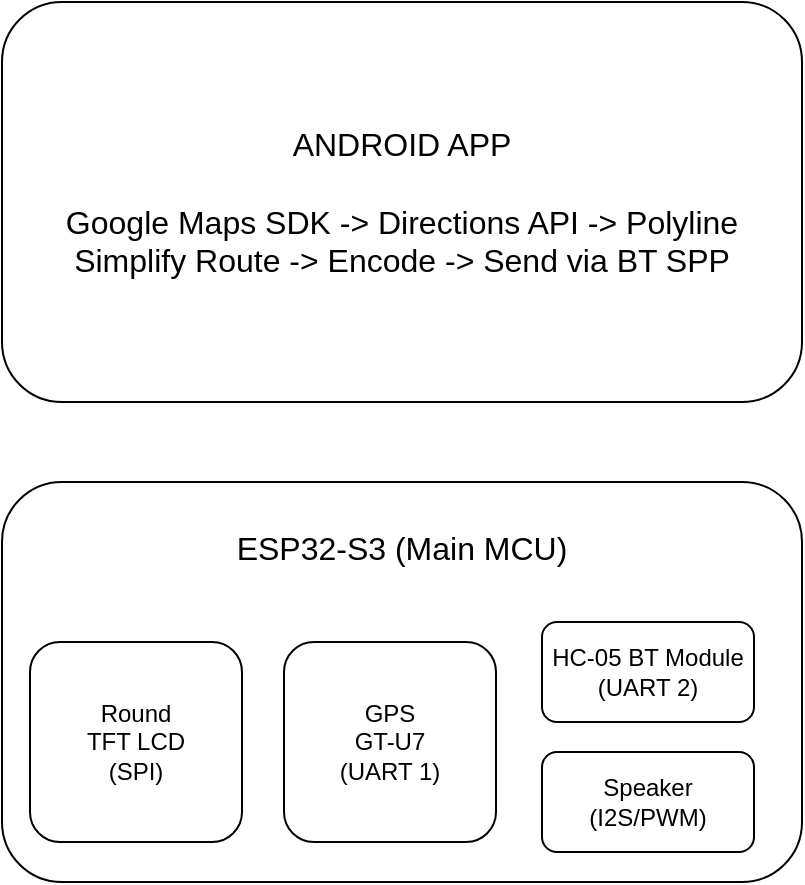
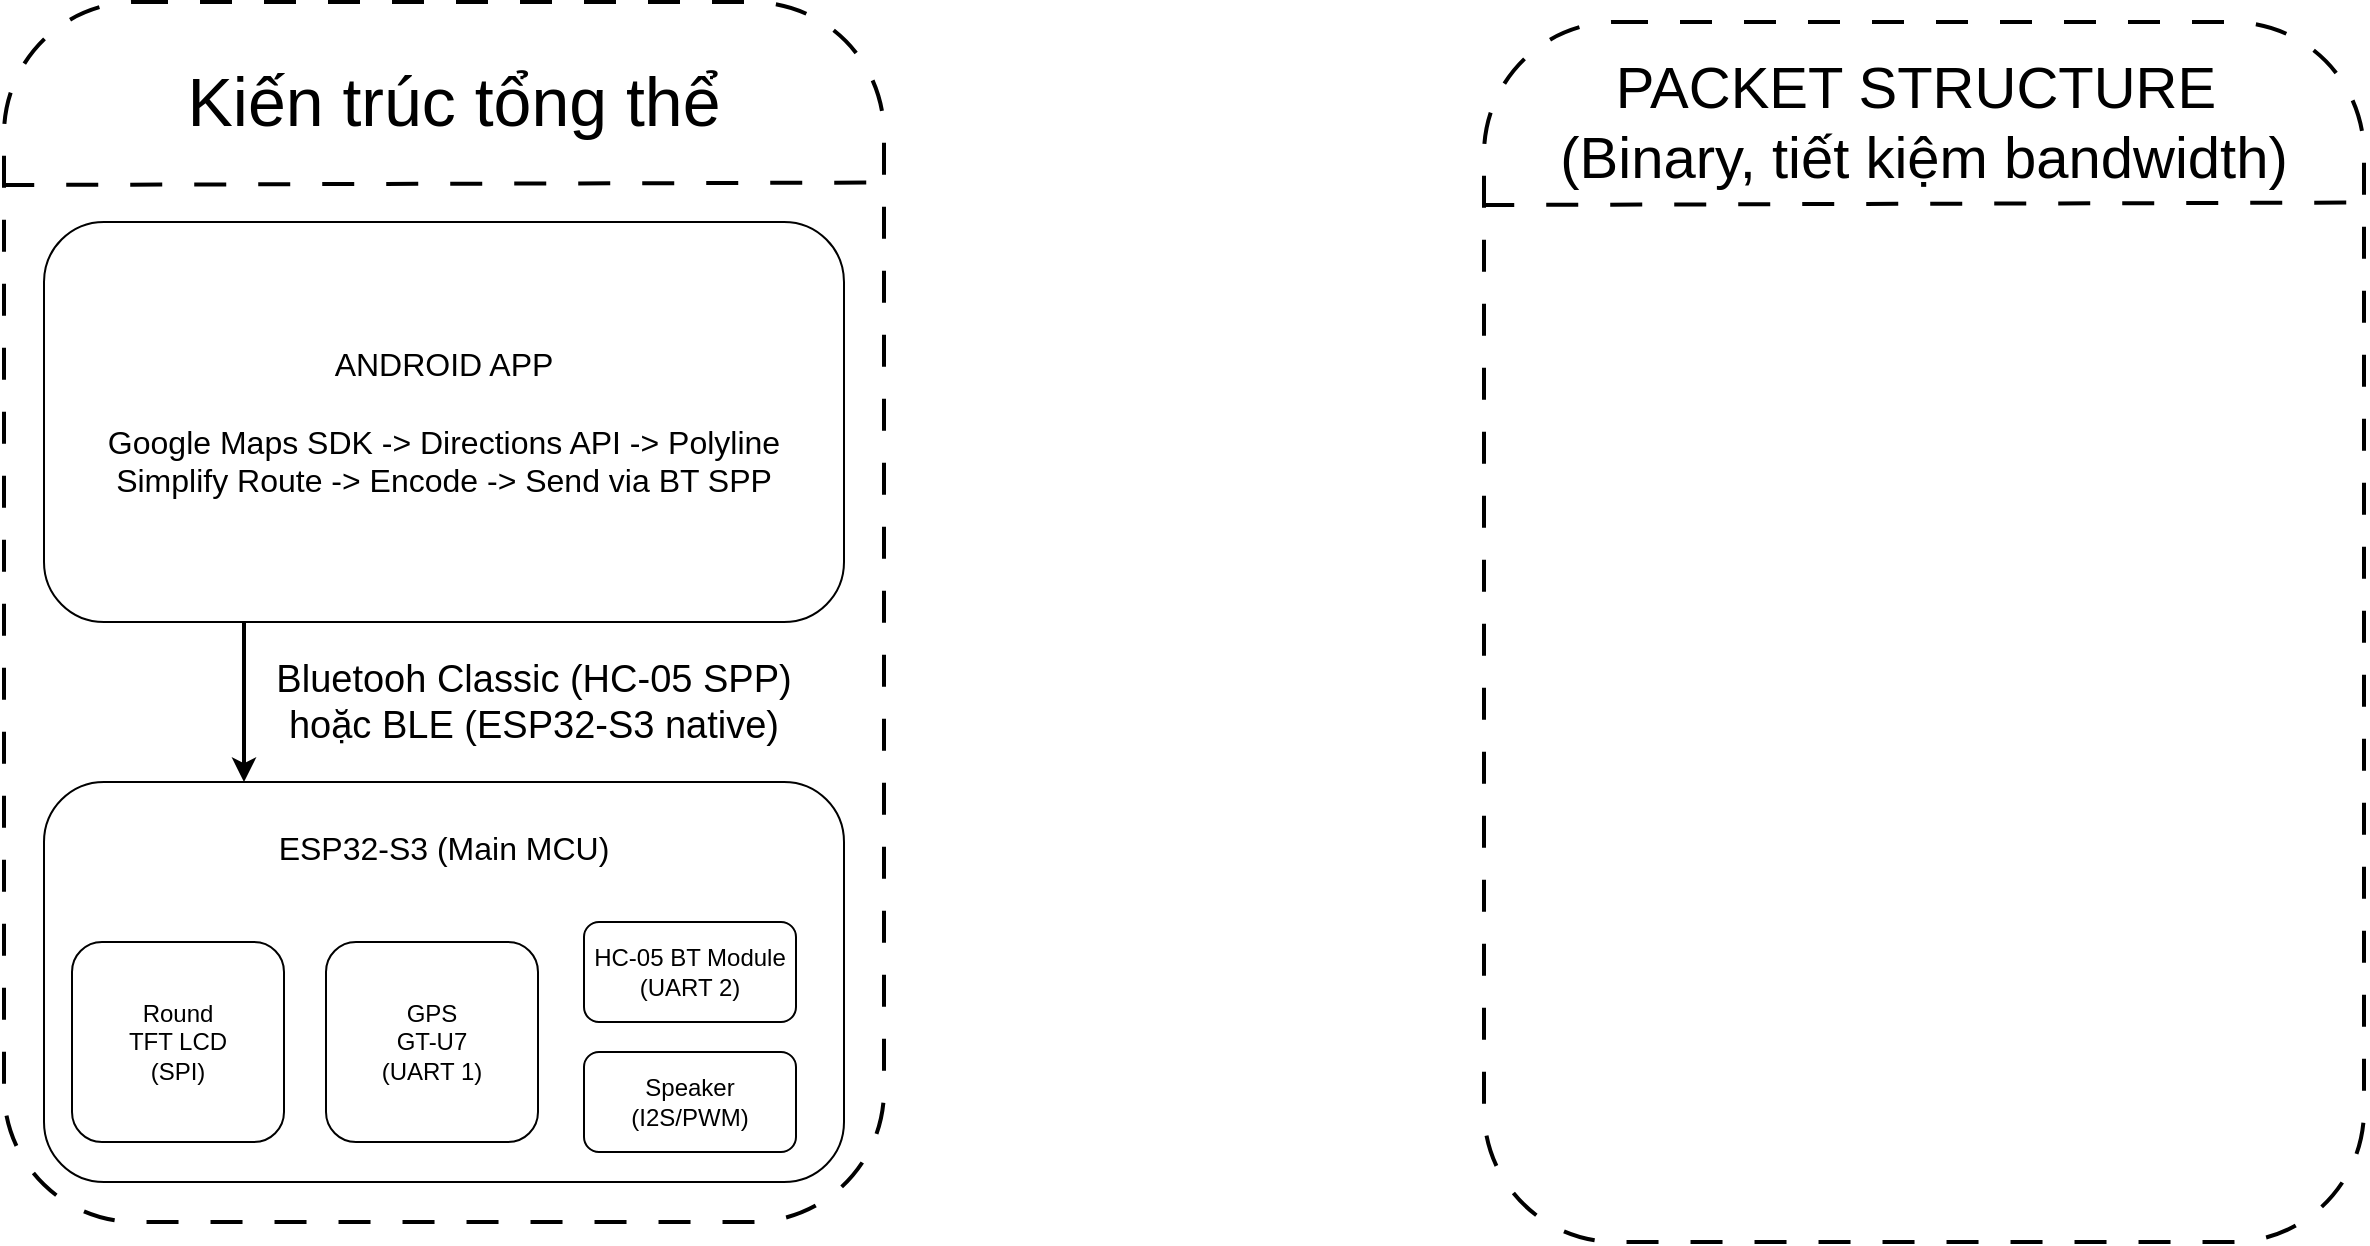
<mxfile host="app.diagrams.net">
  <diagram name="Trang-1" id="RqD0yorwkCVwHoOlSuxU">
    <mxGraphModel dx="1414" dy="831" grid="1" gridSize="10" guides="1" tooltips="1" connect="1" arrows="1" fold="1" page="1" pageScale="1" pageWidth="827" pageHeight="1169" math="0" shadow="0">
      <root>
        <mxCell id="0" />
        <mxCell id="1" parent="0" />
+         <mxCell id="agEzfthz6UlqiVXz9fBP-15" connectable="0" parent="1" style="group" value="" vertex="1">
+           <mxGeometry height="610" width="440" x="260" y="70" as="geometry" />
+         </mxCell>
+         <mxCell id="agEzfthz6UlqiVXz9fBP-8" parent="agEzfthz6UlqiVXz9fBP-15" style="rounded=1;whiteSpace=wrap;html=1;dashed=1;dashPattern=8 8;strokeWidth=2;" value="" vertex="1">
+           <mxGeometry height="610" width="440" as="geometry" />
+         </mxCell>
+         <mxCell id="agEzfthz6UlqiVXz9fBP-9" edge="1" parent="agEzfthz6UlqiVXz9fBP-15" source="agEzfthz6UlqiVXz9fBP-8" style="endArrow=none;dashed=1;html=1;rounded=0;entryX=0.999;entryY=0.148;entryDx=0;entryDy=0;entryPerimeter=0;exitX=-0.002;exitY=0.15;exitDx=0;exitDy=0;exitPerimeter=0;strokeWidth=2;dashPattern=8 8;" target="agEzfthz6UlqiVXz9fBP-8" value="">
+           <mxGeometry height="50" relative="1" width="50" as="geometry">
+             <mxPoint x="70" y="70" as="sourcePoint" />
+             <mxPoint x="120" y="20" as="targetPoint" />
+           </mxGeometry>
+         </mxCell>
+         <mxCell id="agEzfthz6UlqiVXz9fBP-11" edge="1" parent="1" source="1PpwIGqXDAiouIa2ZDMm-1" style="edgeStyle=orthogonalEdgeStyle;rounded=0;orthogonalLoop=1;jettySize=auto;html=1;exitX=0.25;exitY=1;exitDx=0;exitDy=0;entryX=0.25;entryY=0;entryDx=0;entryDy=0;strokeWidth=2;" target="agEzfthz6UlqiVXz9fBP-3">
+           <mxGeometry relative="1" as="geometry">
+             <mxPoint x="380" y="450" as="targetPoint" />
+           </mxGeometry>
+         </mxCell>
        <mxCell id="1PpwIGqXDAiouIa2ZDMm-1" parent="1" style="rounded=1;whiteSpace=wrap;html=1;" value="&lt;font style=&quot;font-size: 16px;&quot;&gt;ANDROID APP&lt;/font&gt;&lt;div&gt;&lt;font style=&quot;font-size: 16px;&quot;&gt;&lt;br&gt;&lt;/font&gt;&lt;div&gt;&lt;font style=&quot;font-size: 16px;&quot;&gt;Google Maps SDK -&amp;gt; Directions API -&amp;gt; Polyline&lt;/font&gt;&lt;/div&gt;&lt;/div&gt;&lt;div&gt;&lt;font style=&quot;font-size: 16px;&quot;&gt;Simplify Route -&amp;gt; Encode -&amp;gt; Send via BT SPP&lt;/font&gt;&lt;/div&gt;" vertex="1">
-           <mxGeometry height="200" width="400" x="280" y="160" as="geometry" />
+           <mxGeometry height="200" width="400" x="280" y="180" as="geometry" />
        </mxCell>
-         <mxCell id="agEzfthz6UlqiVXz9fBP-3" parent="1" style="rounded=1;whiteSpace=wrap;html=1;" value="&lt;span style=&quot;font-size: 16px;&quot;&gt;ESP32-S3 (Main MCU)&lt;/span&gt;&lt;div&gt;&lt;span style=&quot;font-size: 16px;&quot;&gt;&lt;br&gt;&lt;/span&gt;&lt;/div&gt;&lt;div&gt;&lt;span style=&quot;font-size: 16px;&quot;&gt;&lt;br&gt;&lt;/span&gt;&lt;/div&gt;&lt;div&gt;&lt;span style=&quot;font-size: 16px;&quot;&gt;&lt;br&gt;&lt;/span&gt;&lt;/div&gt;&lt;div&gt;&lt;span style=&quot;font-size: 16px;&quot;&gt;&lt;br&gt;&lt;/span&gt;&lt;/div&gt;&lt;div&gt;&lt;span style=&quot;font-size: 16px;&quot;&gt;&lt;br&gt;&lt;/span&gt;&lt;/div&gt;&lt;div&gt;&lt;span style=&quot;font-size: 16px;&quot;&gt;&lt;br&gt;&lt;/span&gt;&lt;/div&gt;&lt;div&gt;&lt;span style=&quot;font-size: 16px;&quot;&gt;&lt;br&gt;&lt;/span&gt;&lt;/div&gt;" vertex="1">
-           <mxGeometry height="200" width="400" x="280" y="400" as="geometry" />
+         <mxCell id="agEzfthz6UlqiVXz9fBP-10" connectable="0" parent="1" style="group" value="" vertex="1">
+           <mxGeometry height="200" width="400" x="280" y="460" as="geometry" />
        </mxCell>
-         <mxCell id="agEzfthz6UlqiVXz9fBP-4" parent="1" style="rounded=1;whiteSpace=wrap;html=1;" value="Round&lt;div&gt;TFT LCD&lt;/div&gt;&lt;div&gt;(SPI)&lt;/div&gt;" vertex="1">
-           <mxGeometry height="100" width="106" x="294" y="480" as="geometry" />
+         <mxCell id="agEzfthz6UlqiVXz9fBP-3" parent="agEzfthz6UlqiVXz9fBP-10" style="rounded=1;whiteSpace=wrap;html=1;" value="&lt;span style=&quot;font-size: 16px;&quot;&gt;ESP32-S3 (Main MCU)&lt;/span&gt;&lt;div&gt;&lt;span style=&quot;font-size: 16px;&quot;&gt;&lt;br&gt;&lt;/span&gt;&lt;/div&gt;&lt;div&gt;&lt;span style=&quot;font-size: 16px;&quot;&gt;&lt;br&gt;&lt;/span&gt;&lt;/div&gt;&lt;div&gt;&lt;span style=&quot;font-size: 16px;&quot;&gt;&lt;br&gt;&lt;/span&gt;&lt;/div&gt;&lt;div&gt;&lt;span style=&quot;font-size: 16px;&quot;&gt;&lt;br&gt;&lt;/span&gt;&lt;/div&gt;&lt;div&gt;&lt;span style=&quot;font-size: 16px;&quot;&gt;&lt;br&gt;&lt;/span&gt;&lt;/div&gt;&lt;div&gt;&lt;span style=&quot;font-size: 16px;&quot;&gt;&lt;br&gt;&lt;/span&gt;&lt;/div&gt;&lt;div&gt;&lt;span style=&quot;font-size: 16px;&quot;&gt;&lt;br&gt;&lt;/span&gt;&lt;/div&gt;" vertex="1">
+           <mxGeometry height="200" width="400" as="geometry" />
        </mxCell>
-         <mxCell id="agEzfthz6UlqiVXz9fBP-5" parent="1" style="rounded=1;whiteSpace=wrap;html=1;" value="GPS&lt;div&gt;GT-U7&lt;/div&gt;&lt;div&gt;(UART 1)&lt;/div&gt;" vertex="1">
-           <mxGeometry height="100" width="106" x="421" y="480" as="geometry" />
+         <mxCell id="agEzfthz6UlqiVXz9fBP-4" parent="agEzfthz6UlqiVXz9fBP-10" style="rounded=1;whiteSpace=wrap;html=1;" value="Round&lt;div&gt;TFT LCD&lt;/div&gt;&lt;div&gt;(SPI)&lt;/div&gt;" vertex="1">
+           <mxGeometry height="100" width="106" x="14" y="80" as="geometry" />
        </mxCell>
-         <mxCell id="agEzfthz6UlqiVXz9fBP-6" parent="1" style="rounded=1;whiteSpace=wrap;html=1;" value="HC-05 BT Module&lt;div&gt;(UART 2)&lt;/div&gt;" vertex="1">
-           <mxGeometry height="50" width="106" x="550" y="470" as="geometry" />
+         <mxCell id="agEzfthz6UlqiVXz9fBP-5" parent="agEzfthz6UlqiVXz9fBP-10" style="rounded=1;whiteSpace=wrap;html=1;" value="GPS&lt;div&gt;GT-U7&lt;/div&gt;&lt;div&gt;(UART 1)&lt;/div&gt;" vertex="1">
+           <mxGeometry height="100" width="106" x="141" y="80" as="geometry" />
        </mxCell>
-         <mxCell id="agEzfthz6UlqiVXz9fBP-7" parent="1" style="rounded=1;whiteSpace=wrap;html=1;" value="Speaker&lt;div&gt;(I2S/PWM)&lt;/div&gt;" vertex="1">
-           <mxGeometry height="50" width="106" x="550" y="535" as="geometry" />
+         <mxCell id="agEzfthz6UlqiVXz9fBP-6" parent="agEzfthz6UlqiVXz9fBP-10" style="rounded=1;whiteSpace=wrap;html=1;" value="HC-05 BT Module&lt;div&gt;(UART 2)&lt;/div&gt;" vertex="1">
+           <mxGeometry height="50" width="106" x="270" y="70" as="geometry" />
+         </mxCell>
+         <mxCell id="agEzfthz6UlqiVXz9fBP-7" parent="agEzfthz6UlqiVXz9fBP-10" style="rounded=1;whiteSpace=wrap;html=1;" value="Speaker&lt;div&gt;(I2S/PWM)&lt;/div&gt;" vertex="1">
+           <mxGeometry height="50" width="106" x="270" y="135" as="geometry" />
+         </mxCell>
+         <mxCell id="agEzfthz6UlqiVXz9fBP-12" parent="1" style="text;html=1;whiteSpace=wrap;strokeColor=none;fillColor=none;align=center;verticalAlign=middle;rounded=0;" value="&lt;font style=&quot;font-size: 19px;&quot;&gt;Bluetooh Classic (HC-05 SPP)&lt;/font&gt;&lt;div&gt;&lt;font style=&quot;font-size: 19px;&quot;&gt;hoặc BLE (ESP32-S3 native)&lt;/font&gt;&lt;/div&gt;" vertex="1">
+           <mxGeometry height="60" width="270" x="390" y="390" as="geometry" />
+         </mxCell>
+         <mxCell id="agEzfthz6UlqiVXz9fBP-13" parent="1" style="text;html=1;whiteSpace=wrap;strokeColor=none;fillColor=none;align=center;verticalAlign=middle;rounded=0;" value="&lt;font style=&quot;font-size: 34px;&quot;&gt;Kiến trúc tổng thể&lt;/font&gt;" vertex="1">
+           <mxGeometry height="60" width="270" x="350" y="90" as="geometry" />
+         </mxCell>
+         <mxCell id="agEzfthz6UlqiVXz9fBP-16" connectable="0" parent="1" style="group" value="" vertex="1">
+           <mxGeometry height="610" width="440" x="1000" y="80" as="geometry" />
+         </mxCell>
+         <mxCell id="agEzfthz6UlqiVXz9fBP-17" parent="agEzfthz6UlqiVXz9fBP-16" style="rounded=1;whiteSpace=wrap;html=1;dashed=1;dashPattern=8 8;strokeWidth=2;" value="" vertex="1">
+           <mxGeometry height="610" width="440" as="geometry" />
+         </mxCell>
+         <mxCell id="agEzfthz6UlqiVXz9fBP-18" edge="1" parent="agEzfthz6UlqiVXz9fBP-16" source="agEzfthz6UlqiVXz9fBP-17" style="endArrow=none;dashed=1;html=1;rounded=0;entryX=0.999;entryY=0.148;entryDx=0;entryDy=0;entryPerimeter=0;exitX=-0.002;exitY=0.15;exitDx=0;exitDy=0;exitPerimeter=0;strokeWidth=2;dashPattern=8 8;" target="agEzfthz6UlqiVXz9fBP-17" value="">
+           <mxGeometry height="50" relative="1" width="50" as="geometry">
+             <mxPoint x="70" y="70" as="sourcePoint" />
+             <mxPoint x="120" y="20" as="targetPoint" />
+           </mxGeometry>
+         </mxCell>
+         <mxCell id="agEzfthz6UlqiVXz9fBP-19" parent="agEzfthz6UlqiVXz9fBP-16" style="text;html=1;whiteSpace=wrap;strokeColor=none;fillColor=none;align=center;verticalAlign=middle;rounded=0;" value="&lt;font style=&quot;font-size: 29px;&quot;&gt;PACKET STRUCTURE&amp;nbsp;&lt;/font&gt;&lt;div&gt;&lt;font style=&quot;font-size: 29px;&quot;&gt;(Binary, tiết kiệm bandwidth)&lt;/font&gt;&lt;/div&gt;" vertex="1">
+           <mxGeometry height="60" width="370" x="35" y="20" as="geometry" />
        </mxCell>
      </root>
    </mxGraphModel>
  </diagram>
</mxfile>
